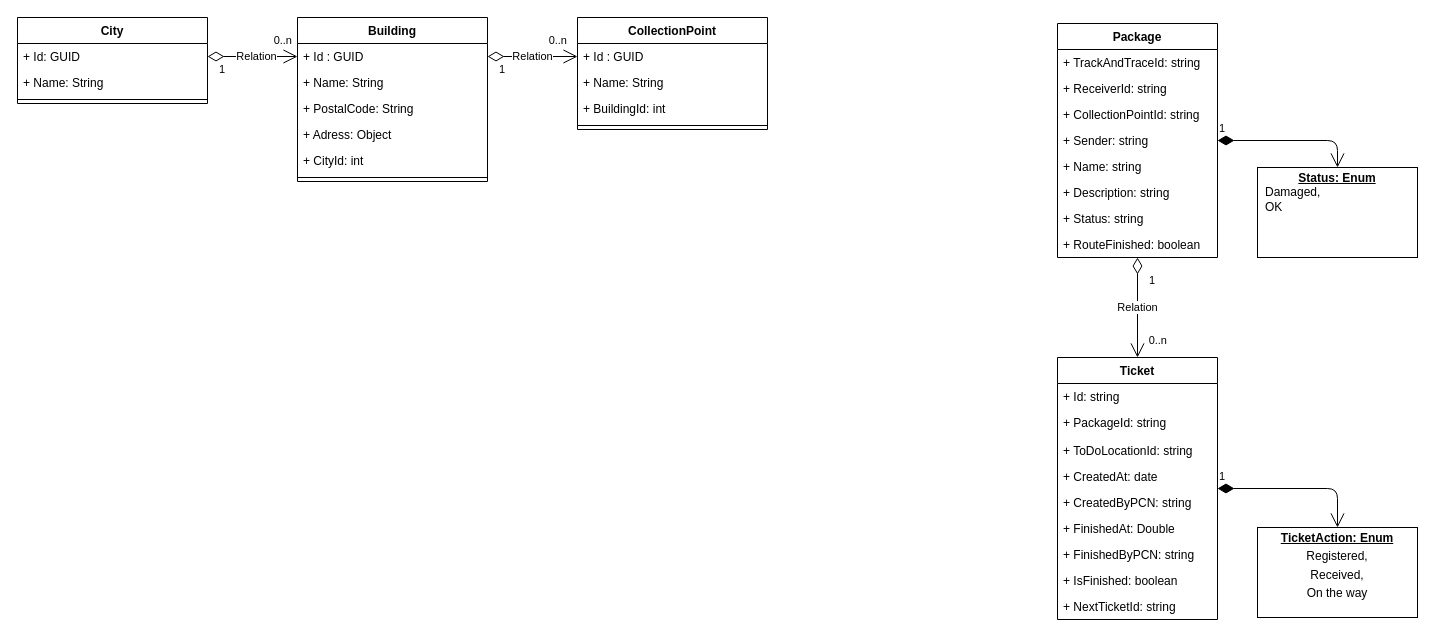
Above: IPost.drawio in FIPost/docs (draw.io), before the change. Source tidied: cells renumbered, new cells numbered last; positions are measured from the earlier drawing's top-left corner, leaving out a move shared by most shapes. Both pictures are drawn from the tidied source at 100%, with x=0, y=0 at pixel (17, 17).
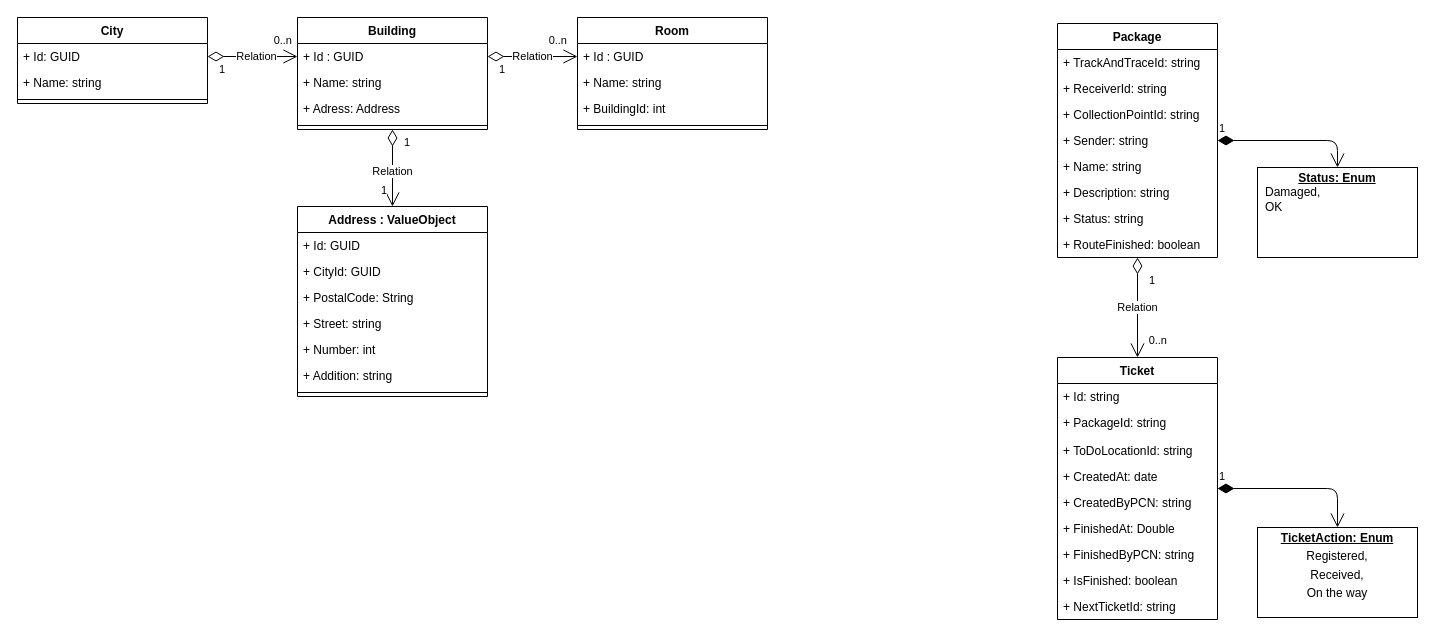
After the change.

Commit message:
Updated locatieservice class diagram to reflect implementation

Unchanged cells that the change refers to:
```xml
<mxCell id="28" value="City" style="swimlane;fontStyle=1;align=center;verticalAlign=top;horizontal=1;startSize=26;" parent="1" vertex="1">
  <mxGeometry width="190" height="86" as="geometry" />
</mxCell>
```

What changed in the source:
```diff
@@
-    <mxCell id="30" value="+ Name: String" style="text;strokeColor=none;fillColor=none;align=left;verticalAlign=top;spacingLeft=4;spacingRight=4;overflow=hidden;" parent="28" vertex="1">
+    <mxCell id="30" value="+ Name: string" style="text;strokeColor=none;fillColor=none;align=left;verticalAlign=top;spacingLeft=4;spacingRight=4;overflow=hidden;" parent="28" vertex="1">
       <mxGeometry y="52" width="190" height="26" as="geometry" />
     </mxCell>
@@
     <mxCell id="32" value="Building" style="swimlane;fontStyle=1;align=center;verticalAlign=top;horizontal=1;startSize=26;" parent="1" vertex="1">
-      <mxGeometry x="280" width="190" height="164" as="geometry" />
+      <mxGeometry x="280" width="190" height="112" as="geometry" />
     </mxCell>
@@
-    <mxCell id="34" value="+ Name: String" style="text;strokeColor=none;fillColor=none;align=left;verticalAlign=top;spacingLeft=4;spacingRight=4;overflow=hidden;" parent="32" vertex="1">
+    <mxCell id="34" value="+ Name: string" style="text;strokeColor=none;fillColor=none;align=left;verticalAlign=top;spacingLeft=4;spacingRight=4;overflow=hidden;" parent="32" vertex="1">
       <mxGeometry y="52" width="190" height="26" as="geometry" />
     </mxCell>
-    <mxCell id="35" value="+ PostalCode: String" style="text;strokeColor=none;fillColor=none;align=left;verticalAlign=top;spacingLeft=4;spacingRight=4;overflow=hidden;" parent="32" vertex="1">
-      <mxGeometry y="78" width="190" height="26" as="geometry" />
-    </mxCell>
-    <mxCell id="36" value="+ Adress: Object" style="text;strokeColor=none;fillColor=none;align=left;verticalAlign=top;spacingLeft=4;spacingRight=4;overflow=hidden;" parent="32" vertex="1">
-      <mxGeometry y="104" width="190" height="26" as="geometry" />
+    <mxCell id="36" value="+ Adress: Address" style="text;strokeColor=none;fillColor=none;align=left;verticalAlign=top;spacingLeft=4;spacingRight=4;overflow=hidden;" parent="32" vertex="1">
+      <mxGeometry y="78" width="190" height="26" as="geometry" />
     </mxCell>
-    <mxCell id="37" value="+ CityId: int" style="text;strokeColor=none;fillColor=none;align=left;verticalAlign=top;spacingLeft=4;spacingRight=4;overflow=hidden;" parent="32" vertex="1">
-      <mxGeometry y="130" width="190" height="26" as="geometry" />
-    </mxCell>
     <mxCell id="38" style="line;strokeWidth=1;fillColor=none;align=left;verticalAlign=middle;spacingTop=-1;spacingLeft=3;spacingRight=3;labelPosition=right;" parent="32" vertex="1">
-      <mxGeometry y="156" width="190" height="8" as="geometry" />
+      <mxGeometry y="104" width="190" height="8" as="geometry" />
     </mxCell>
-    <mxCell id="39" value="CollectionPoint" style="swimlane;fontStyle=1;align=center;verticalAlign=top;horizontal=1;startSize=26;" parent="1" vertex="1">
+    <mxCell id="39" value="Room" style="swimlane;fontStyle=1;align=center;verticalAlign=top;horizontal=1;startSize=26;" parent="1" vertex="1">
       <mxGeometry x="560" width="190" height="112" as="geometry" />
     </mxCell>
@@
-    <mxCell id="41" value="+ Name: String" style="text;strokeColor=none;fillColor=none;align=left;verticalAlign=top;spacingLeft=4;spacingRight=4;overflow=hidden;" parent="39" vertex="1">
+    <mxCell id="41" value="+ Name: string" style="text;strokeColor=none;fillColor=none;align=left;verticalAlign=top;spacingLeft=4;spacingRight=4;overflow=hidden;" parent="39" vertex="1">
       <mxGeometry y="52" width="190" height="26" as="geometry" />
     </mxCell>
@@
+    <mxCell id="50" value="Address : ValueObject" style="swimlane;fontStyle=1;align=center;verticalAlign=top;horizontal=1;startSize=26;" parent="1" vertex="1">
+      <mxGeometry x="280" y="189" width="190" height="190" as="geometry" />
+    </mxCell>
+    <mxCell id="51" value="+ Id: GUID" style="text;strokeColor=none;fillColor=none;align=left;verticalAlign=top;spacingLeft=4;spacingRight=4;overflow=hidden;" parent="50" vertex="1">
+      <mxGeometry y="26" width="190" height="26" as="geometry" />
+    </mxCell>
+    <mxCell id="52" value="+ CityId: GUID" style="text;strokeColor=none;fillColor=none;align=left;verticalAlign=top;spacingLeft=4;spacingRight=4;overflow=hidden;" parent="50" vertex="1">
+      <mxGeometry y="52" width="190" height="26" as="geometry" />
+    </mxCell>
+    <mxCell id="35" value="+ PostalCode: String" style="text;strokeColor=none;fillColor=none;align=left;verticalAlign=top;spacingLeft=4;spacingRight=4;overflow=hidden;" parent="50" vertex="1">
+      <mxGeometry y="78" width="190" height="26" as="geometry" />
+    </mxCell>
+    <mxCell id="53" value="+ Street: string" style="text;strokeColor=none;fillColor=none;align=left;verticalAlign=top;spacingLeft=4;spacingRight=4;overflow=hidden;" parent="50" vertex="1">
+      <mxGeometry y="104" width="190" height="26" as="geometry" />
+    </mxCell>
+    <mxCell id="54" value="+ Number: int" style="text;strokeColor=none;fillColor=none;align=left;verticalAlign=top;spacingLeft=4;spacingRight=4;overflow=hidden;" parent="50" vertex="1">
+      <mxGeometry y="130" width="190" height="26" as="geometry" />
+    </mxCell>
+    <mxCell id="55" value="+ Addition: string" style="text;strokeColor=none;fillColor=none;align=left;verticalAlign=top;spacingLeft=4;spacingRight=4;overflow=hidden;" parent="50" vertex="1">
+      <mxGeometry y="156" width="190" height="26" as="geometry" />
+    </mxCell>
+    <mxCell id="56" style="line;strokeWidth=1;fillColor=none;align=left;verticalAlign=middle;spacingTop=-1;spacingLeft=3;spacingRight=3;labelPosition=right;" parent="50" vertex="1">
+      <mxGeometry y="182" width="190" height="8" as="geometry" />
+    </mxCell>
+    <mxCell id="57" value="Relation" style="endArrow=open;html=1;endSize=12;startArrow=diamondThin;startSize=14;startFill=0;edgeStyle=orthogonalEdgeStyle;" parent="1" edge="1" source="32" target="50">
+      <mxGeometry x="0.09" relative="1" as="geometry" />
+    </mxCell>
+    <mxCell id="58" value="1" style="edgeLabel;html=1;align=left;verticalAlign=top;" parent="57" vertex="1">
+      <mxGeometry x="-1" relative="1" as="geometry">
+        <mxPoint x="10" as="offset" />
+      </mxGeometry>
+    </mxCell>
+    <mxCell id="59" value="1" style="edgeLabel;html=1;align=right;verticalAlign=top;" parent="57" vertex="1">
+      <mxGeometry x="1" relative="1" as="geometry">
+        <mxPoint x="-5" y="-29" as="offset" />
+      </mxGeometry>
+    </mxCell>
```
